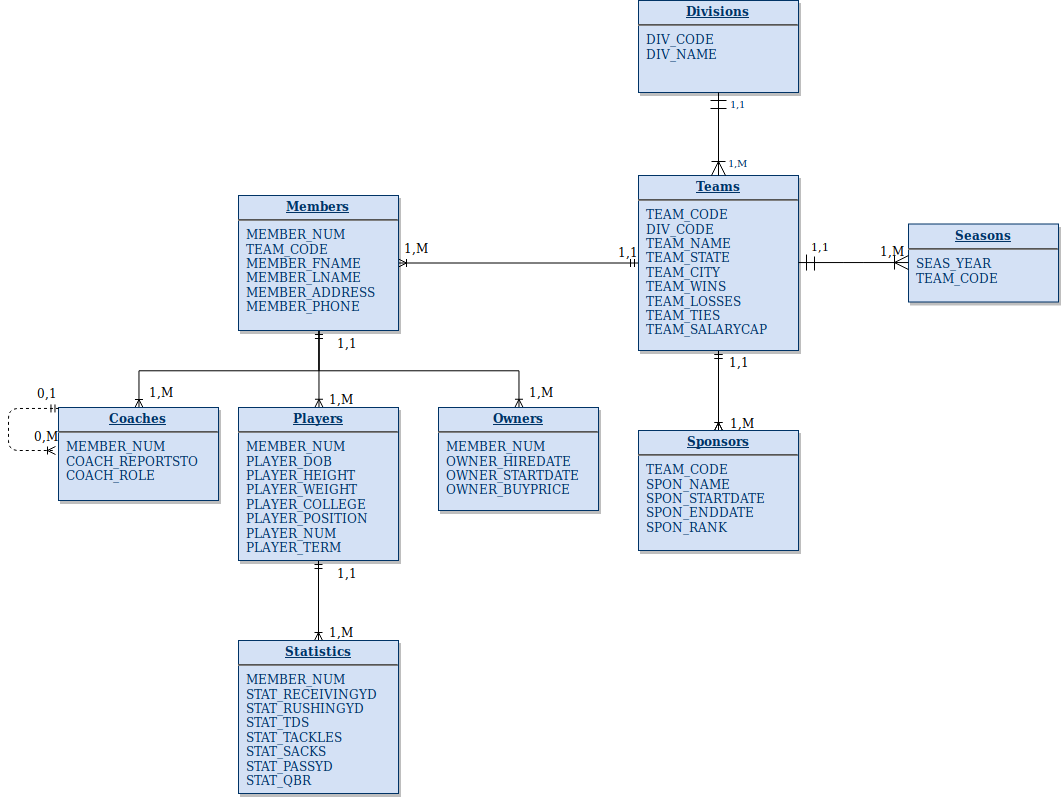
molker/CSC3210-GroupProject keeps this draw.io diagram as football_db.png. Above is the earlier version. Source tidied: cells renumbered, new cells last; positions are measured from the earlier drawing's top-left corner, leaving out a move shared by most shapes.
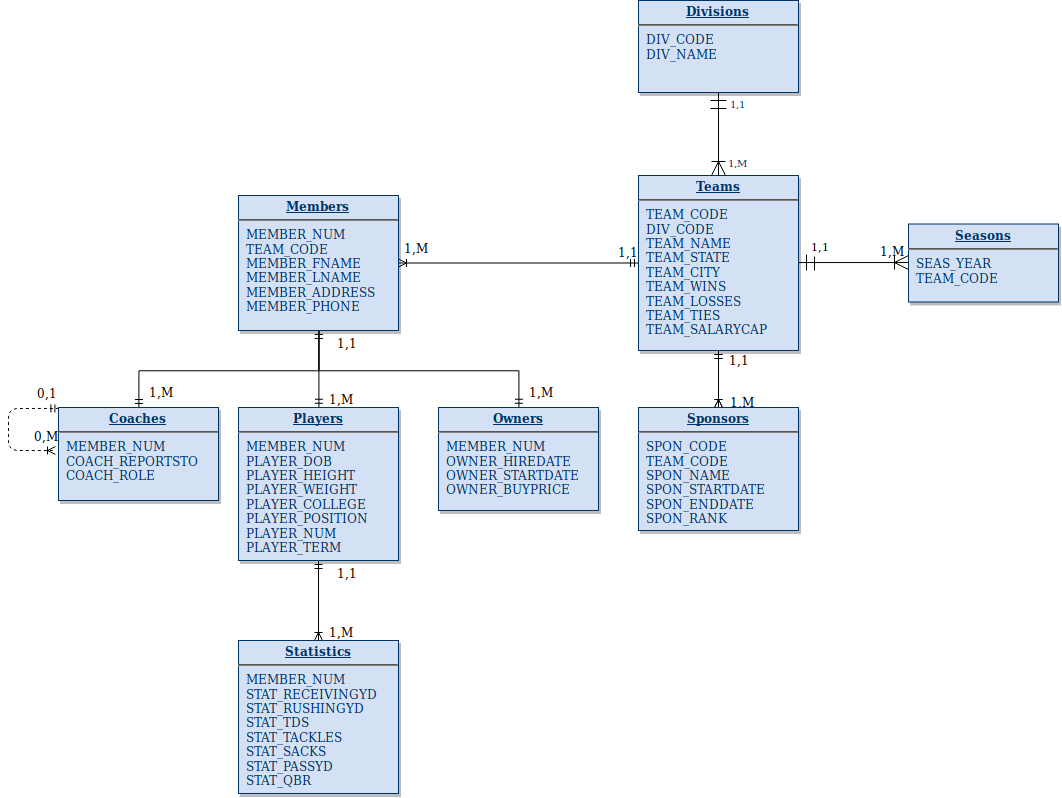
The same diagram one commit later.

The edit, as a diff of the source:
```diff
@@ -18,7 +18,7 @@
         <mxPoint x="22" as="offset" />
       </mxGeometry>
     </mxCell>
-    <mxCell id="6" style="edgeStyle=orthogonalEdgeStyle;rounded=0;jettySize=auto;html=1;startArrow=ERmandOne;startFill=0;endArrow=ERoneToMany;endFill=0;" parent="1" edge="1" source="8" target="12">
+    <mxCell id="6" style="edgeStyle=orthogonalEdgeStyle;rounded=0;jettySize=auto;html=1;startArrow=ERmandOne;startFill=0;endArrow=ERoneToMany;endFill=0;shadow=0;comic=0;" parent="1" edge="1" source="8" target="12">
       <mxGeometry relative="1" as="geometry" />
     </mxCell>
     <mxCell id="7" style="edgeStyle=orthogonalEdgeStyle;rounded=0;jettySize=auto;html=1;startArrow=ERmandOne;startFill=0;endArrow=ERoneToMany;endFill=0;" parent="1" edge="1" source="8" target="14">
@@ -27,7 +27,7 @@
     <mxCell id="8" value="&lt;p style=&quot;margin: 0px ; margin-top: 4px ; text-align: center ; text-decoration: underline&quot;&gt;&lt;strong&gt;Teams&lt;br&gt;&lt;/strong&gt;&lt;/p&gt;&lt;hr&gt;&lt;p style=&quot;margin: 0px ; margin-left: 8px&quot;&gt;TEAM_CODE&lt;/p&gt;&lt;p style=&quot;margin: 0px ; margin-left: 8px&quot;&gt;DIV_CODE&lt;br&gt;TEAM_NAME&lt;/p&gt;&lt;p style=&quot;margin: 0px ; margin-left: 8px&quot;&gt;TEAM_STATE&lt;/p&gt;&lt;p style=&quot;margin: 0px ; margin-left: 8px&quot;&gt;TEAM_CITY&lt;/p&gt;&lt;p style=&quot;margin: 0px ; margin-left: 8px&quot;&gt;TEAM_WINS&lt;/p&gt;&lt;p style=&quot;margin: 0px ; margin-left: 8px&quot;&gt;TEAM_LOSSES&lt;/p&gt;&lt;p style=&quot;margin: 0px ; margin-left: 8px&quot;&gt;TEAM_TIES&lt;/p&gt;&lt;p style=&quot;margin: 0px ; margin-left: 8px&quot;&gt;TEAM_SALARYCAP&lt;br&gt;&lt;/p&gt;" style="verticalAlign=top;align=left;overflow=fill;fontSize=12;fontFamily=Helvetica;html=1;strokeColor=#003366;shadow=1;fillColor=#D4E1F5;fontColor=#003366;" parent="1" vertex="1">
       <mxGeometry x="630" y="175" width="160" height="175" as="geometry" />
     </mxCell>
-    <mxCell id="9" style="edgeStyle=orthogonalEdgeStyle;rounded=0;jettySize=auto;html=1;startArrow=ERmandOne;startFill=0;endArrow=ERoneToMany;endFill=0;" parent="1" edge="1" source="12" target="13">
+    <mxCell id="9" style="edgeStyle=orthogonalEdgeStyle;rounded=0;jettySize=auto;html=1;startArrow=ERmandOne;startFill=0;endArrow=ERmandOne;endFill=0;" parent="1" edge="1" source="12" target="13">
       <mxGeometry relative="1" as="geometry">
         <Array as="points">
           <mxPoint x="310" y="370" />
@@ -35,10 +35,10 @@
         </Array>
       </mxGeometry>
     </mxCell>
-    <mxCell id="10" style="edgeStyle=orthogonalEdgeStyle;rounded=0;jettySize=auto;html=1;startArrow=ERmandOne;startFill=0;endArrow=ERoneToMany;endFill=0;entryX=0.5;entryY=0;entryDx=0;entryDy=0;" parent="1" edge="1" source="12" target="22">
+    <mxCell id="10" style="edgeStyle=orthogonalEdgeStyle;rounded=0;jettySize=auto;html=1;startArrow=ERmandOne;startFill=0;endArrow=ERmandOne;endFill=0;entryX=0.5;entryY=0;entryDx=0;entryDy=0;" parent="1" edge="1" source="12" target="22">
       <mxGeometry relative="1" as="geometry" />
     </mxCell>
-    <mxCell id="11" style="edgeStyle=orthogonalEdgeStyle;rounded=0;jettySize=auto;html=1;startArrow=ERmandOne;startFill=0;endArrow=ERoneToMany;endFill=0;entryX=0.5;entryY=0;entryDx=0;entryDy=0;" parent="1" edge="1" source="12" target="24">
+    <mxCell id="11" style="edgeStyle=orthogonalEdgeStyle;rounded=0;jettySize=auto;html=1;startArrow=ERmandOne;startFill=0;endArrow=ERmandOne;endFill=0;entryX=0.5;entryY=0;entryDx=0;entryDy=0;" parent="1" edge="1" source="12" target="24">
       <mxGeometry relative="1" as="geometry">
         <Array as="points">
           <mxPoint x="310" y="370" />
@@ -52,14 +52,14 @@
     <mxCell id="13" value="&lt;p style=&quot;margin: 0px ; margin-top: 4px ; text-align: center ; text-decoration: underline&quot;&gt;&lt;strong&gt;Coaches&lt;br&gt;&lt;/strong&gt;&lt;/p&gt;&lt;hr&gt;&lt;p style=&quot;margin: 0px ; margin-left: 8px&quot;&gt;MEMBER_NUM&lt;/p&gt;&lt;p style=&quot;margin: 0px ; margin-left: 8px&quot;&gt;COACH_REPORTSTO&lt;/p&gt;&lt;p style=&quot;margin: 0px ; margin-left: 8px&quot;&gt;COACH_ROLE&lt;br&gt;&lt;/p&gt;" style="verticalAlign=top;align=left;overflow=fill;fontSize=12;fontFamily=Helvetica;html=1;strokeColor=#003366;shadow=1;fillColor=#D4E1F5;fontColor=#003366;" parent="1" vertex="1">
       <mxGeometry x="50" y="407" width="160" height="93" as="geometry" />
     </mxCell>
-    <mxCell id="14" value="&lt;p style=&quot;margin: 0px ; margin-top: 4px ; text-align: center ; text-decoration: underline&quot;&gt;&lt;strong&gt;Sponsors&lt;br&gt;&lt;/strong&gt;&lt;/p&gt;&lt;hr&gt;&lt;p style=&quot;margin: 0px ; margin-left: 8px&quot;&gt;TEAM_CODE&lt;/p&gt;&lt;p style=&quot;margin: 0px ; margin-left: 8px&quot;&gt;SPON_NAME&lt;/p&gt;&lt;p style=&quot;margin: 0px ; margin-left: 8px&quot;&gt;SPON_STARTDATE&lt;/p&gt;&lt;p style=&quot;margin: 0px ; margin-left: 8px&quot;&gt;SPON_ENDDATE&lt;/p&gt;&lt;p style=&quot;margin: 0px ; margin-left: 8px&quot;&gt;SPON_RANK&lt;br&gt;&lt;/p&gt;" style="verticalAlign=top;align=left;overflow=fill;fontSize=12;fontFamily=Helvetica;html=1;strokeColor=#003366;shadow=1;fillColor=#D4E1F5;fontColor=#003366;" parent="1" vertex="1">
-      <mxGeometry x="630" y="430" width="160" height="120" as="geometry" />
+    <mxCell id="14" value="&lt;p style=&quot;margin: 0px ; margin-top: 4px ; text-align: center ; text-decoration: underline&quot;&gt;&lt;strong&gt;Sponsors&lt;br&gt;&lt;/strong&gt;&lt;/p&gt;&lt;hr&gt;&lt;p style=&quot;margin: 0px ; margin-left: 8px&quot;&gt;SPON_CODE&lt;br&gt;&lt;/p&gt;&lt;p style=&quot;margin: 0px ; margin-left: 8px&quot;&gt;TEAM_CODE&lt;/p&gt;&lt;p style=&quot;margin: 0px ; margin-left: 8px&quot;&gt;SPON_NAME&lt;/p&gt;&lt;p style=&quot;margin: 0px ; margin-left: 8px&quot;&gt;SPON_STARTDATE&lt;/p&gt;&lt;p style=&quot;margin: 0px ; margin-left: 8px&quot;&gt;SPON_ENDDATE&lt;/p&gt;&lt;p style=&quot;margin: 0px ; margin-left: 8px&quot;&gt;SPON_RANK&lt;br&gt;&lt;/p&gt;" style="verticalAlign=top;align=left;overflow=fill;fontSize=12;fontFamily=Helvetica;html=1;strokeColor=#003366;shadow=1;fillColor=#D4E1F5;fontColor=#003366;" parent="1" vertex="1">
+      <mxGeometry x="630" y="407" width="160" height="123" as="geometry" />
     </mxCell>
     <mxCell id="15" value="&lt;p style=&quot;margin: 0px ; margin-top: 4px ; text-align: center ; text-decoration: underline&quot;&gt;&lt;strong&gt;Divisions&lt;br&gt;&lt;/strong&gt;&lt;/p&gt;&lt;hr&gt;&lt;p style=&quot;margin: 0px ; margin-left: 8px&quot;&gt;DIV_CODE&lt;br&gt;&lt;/p&gt;&lt;p style=&quot;margin: 0px ; margin-left: 8px&quot;&gt;DIV_NAME&lt;br&gt;&lt;/p&gt;&lt;p style=&quot;margin: 0px ; margin-left: 8px&quot;&gt;&lt;br&gt;&lt;/p&gt;" style="verticalAlign=top;align=left;overflow=fill;fontSize=12;fontFamily=Helvetica;html=1;strokeColor=#003366;shadow=1;fillColor=#D4E1F5;fontColor=#003366;" parent="1" vertex="1">
       <mxGeometry x="630" width="160" height="92" as="geometry" />
     </mxCell>
     <mxCell id="16" style="endArrow=ERoneToMany;endSize=12;startArrow=ERmandOne;startSize=14;startFill=0;edgeStyle=orthogonalEdgeStyle;endFill=0;" parent="1" edge="1" source="15" target="8">
-      <mxGeometry x="1130" y="340" as="geometry" />
+      <mxGeometry x="1240" y="340" as="geometry" />
     </mxCell>
     <mxCell id="17" value="1,1" style="align=left;verticalAlign=top;labelBackgroundColor=#ffffff;fontSize=10;strokeColor=#003366;shadow=1;fillColor=#D4E1F5;fontColor=#003366;" parent="16" vertex="1">
       <mxGeometry x="-1" relative="1" as="geometry">
```
